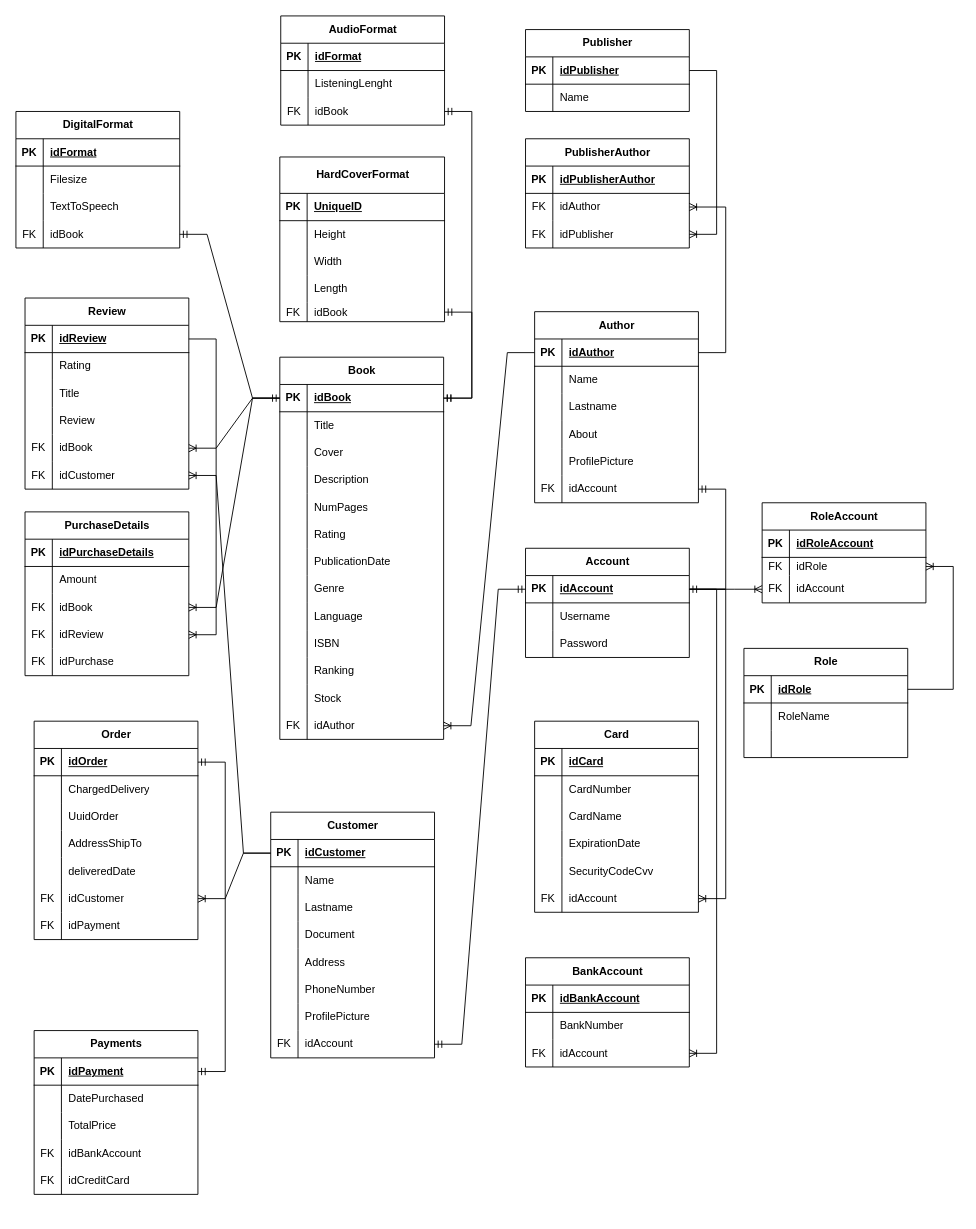
Before: docs/diagrams/bookStoreEntityRelation.drawio in josueBarretogit/goApiBookstore, a draw.io diagram. Source tidied: cells renumbered, new cells numbered last; positions are measured from the earlier drawing's top-left corner, leaving out a move shared by most shapes. Both pictures are drawn from the tidied source at 91%, with x=0, y=0 at pixel (15, 15).
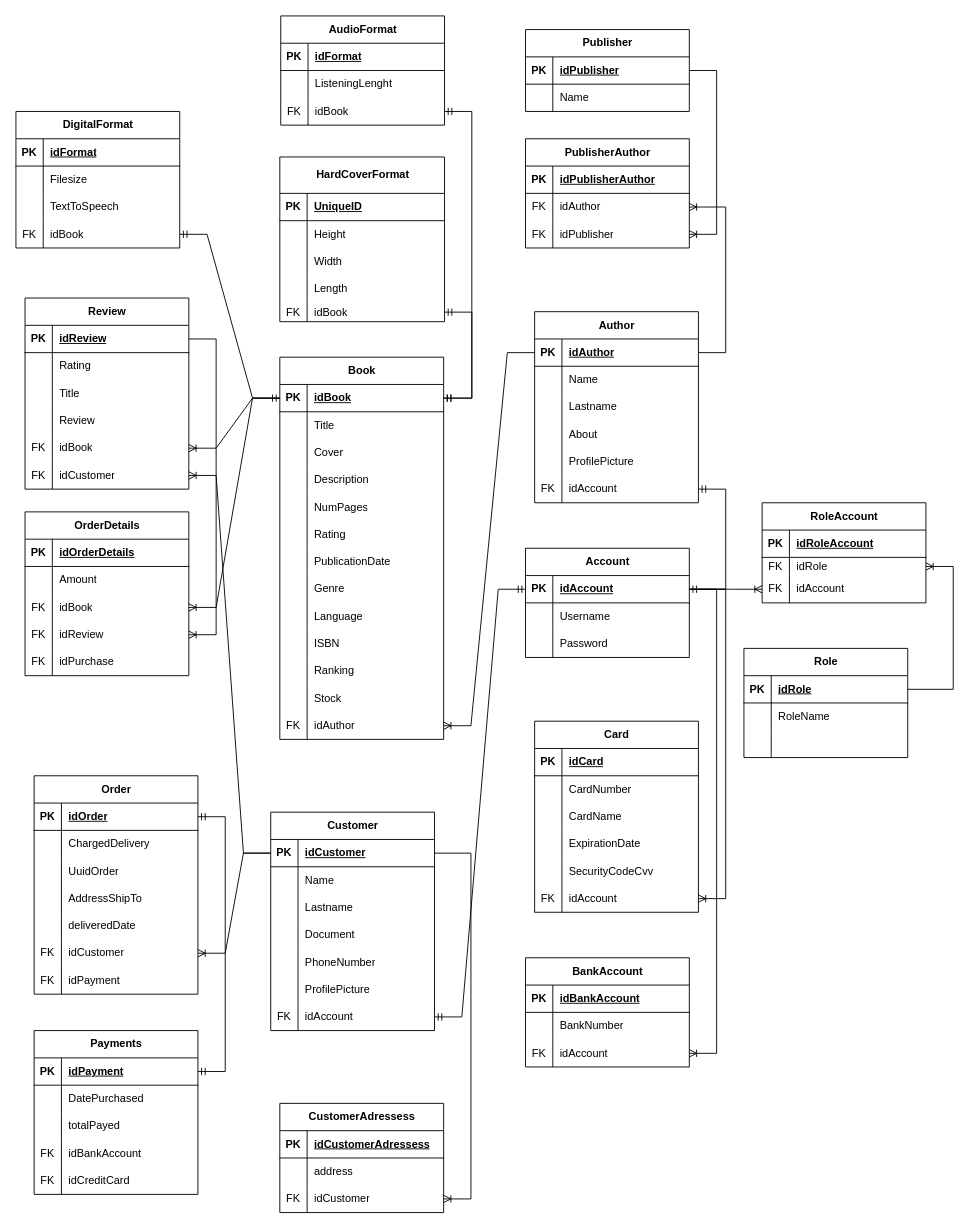
After the change.

Commit message:
added table addressess

The change refers to these unchanged cells:
```xml
<mxCell id="83" style="shape=tableRow;horizontal=0;startSize=0;swimlaneHead=0;swimlaneBody=0;fillColor=none;points=[[0,0.5],[1,0.5]];portConstraint=eastwest;top=0;left=0;right=0;bottom=1;" parent="82" vertex="1">
  <mxGeometry y="30" width="180" height="30" as="geometry" />
</mxCell>
<mxCell id="149" style="shape=tableRow;horizontal=0;startSize=0;swimlaneHead=0;swimlaneBody=0;fillColor=none;top=0;left=0;right=0;bottom=1;" parent="148" vertex="1">
  <mxGeometry y="30" width="180" height="30" as="geometry" />
</mxCell>
<mxCell id="282" style="shape=tableRow;horizontal=0;startSize=0;swimlaneHead=0;swimlaneBody=0;fillColor=none;top=0;left=0;right=0;bottom=0;" parent="275" vertex="1">
  <mxGeometry y="90" width="180" height="30" as="geometry" />
</mxCell>
```

The edit, as a diff of the source:
```diff
@@
     <mxCell id="82" value="Customer" style="shape=table;startSize=30;childLayout=tableLayout;rowLines=0;fontStyle=1;align=center;html=1;" parent="1" vertex="1">
-      <mxGeometry x="280" y="875" width="180" height="270" as="geometry" />
+      <mxGeometry x="280" y="875" width="180" height="240" as="geometry" />
     </mxCell>
@@
-    <mxCell id="95" style="shape=tableRow;horizontal=0;startSize=0;swimlaneHead=0;swimlaneBody=0;fillColor=none;top=0;left=0;right=0;bottom=0;" parent="82" vertex="1">
-      <mxGeometry y="150" width="180" height="30" as="geometry" />
-    </mxCell>
-    <mxCell id="96" style="shape=partialRectangle;fillColor=none;top=0;left=0;bottom=0;right=0;overflow=hidden;whiteSpace=wrap;html=1;" parent="95" vertex="1">
-      <mxGeometry width="30" height="30" as="geometry" />
-    </mxCell>
-    <mxCell id="97" value="Address" style="shape=partialRectangle;fillColor=none;top=0;left=0;bottom=0;right=0;align=left;spacingLeft=6;overflow=hidden;whiteSpace=wrap;html=1;" parent="95" vertex="1">
-      <mxGeometry x="30" width="150" height="30" as="geometry" />
-    </mxCell>
     <mxCell id="98" style="shape=tableRow;horizontal=0;startSize=0;swimlaneHead=0;swimlaneBody=0;fillColor=none;top=0;left=0;right=0;bottom=0;" parent="82" vertex="1">
-      <mxGeometry y="180" width="180" height="30" as="geometry" />
+      <mxGeometry y="150" width="180" height="30" as="geometry" />
     </mxCell>
@@
     <mxCell id="101" style="shape=tableRow;horizontal=0;startSize=0;swimlaneHead=0;swimlaneBody=0;fillColor=none;top=0;left=0;right=0;bottom=0;" parent="82" vertex="1">
-      <mxGeometry y="210" width="180" height="30" as="geometry" />
+      <mxGeometry y="180" width="180" height="30" as="geometry" />
     </mxCell>
@@
     <mxCell id="104" style="shape=tableRow;horizontal=0;startSize=0;swimlaneHead=0;swimlaneBody=0;fillColor=none;points=[[0,0.5],[1,0.5]];portConstraint=eastwest;top=0;left=0;right=0;bottom=0;" parent="82" vertex="1">
-      <mxGeometry y="240" width="180" height="30" as="geometry" />
+      <mxGeometry y="210" width="180" height="30" as="geometry" />
     </mxCell>
@@
     <mxCell id="107" value="Order" style="shape=table;startSize=30;childLayout=tableLayout;rowLines=0;fontStyle=1;align=center;html=1;" parent="1" vertex="1">
-      <mxGeometry x="20" y="775" width="180" height="240" as="geometry" />
+      <mxGeometry x="20" y="835" width="180" height="240" as="geometry" />
     </mxCell>
@@
-    <mxCell id="148" value="PurchaseDetails" style="shape=table;startSize=30;childLayout=tableLayout;rowLines=0;fontStyle=1;align=center;html=1;" parent="1" vertex="1">
+    <mxCell id="148" value="OrderDetails" style="shape=table;startSize=30;childLayout=tableLayout;rowLines=0;fontStyle=1;align=center;html=1;" parent="1" vertex="1">
       <mxGeometry x="10" y="545" width="180" height="180" as="geometry" />
     </mxCell>
@@
-    <mxCell id="151" value="idPurchaseDetails" style="shape=partialRectangle;fillColor=none;top=0;left=0;bottom=0;right=0;align=left;spacingLeft=6;fontStyle=5;overflow=hidden;whiteSpace=wrap;html=1;" parent="149" vertex="1">
+    <mxCell id="151" value="idOrderDetails" style="shape=partialRectangle;fillColor=none;top=0;left=0;bottom=0;right=0;align=left;spacingLeft=6;fontStyle=5;overflow=hidden;whiteSpace=wrap;html=1;" parent="149" vertex="1">
       <mxGeometry x="30" width="150" height="30" as="geometry" />
     </mxCell>
@@
-    <mxCell id="284" value="TotalPrice" style="shape=partialRectangle;fillColor=none;top=0;left=0;bottom=0;right=0;align=left;spacingLeft=6;overflow=hidden;whiteSpace=wrap;html=1;" parent="282" vertex="1">
+    <mxCell id="284" value="totalPayed" style="shape=partialRectangle;fillColor=none;top=0;left=0;bottom=0;right=0;align=left;spacingLeft=6;overflow=hidden;whiteSpace=wrap;html=1;" parent="282" vertex="1">
       <mxGeometry x="30" width="150" height="30" as="geometry" />
     </mxCell>
@@
+    <mxCell id="292" value="CustomerAdressess" style="shape=table;startSize=30;childLayout=tableLayout;rowLines=0;fontStyle=1;align=center;html=1;" parent="1" vertex="1">
+      <mxGeometry x="290" y="1195" width="180" height="120" as="geometry" />
+    </mxCell>
+    <mxCell id="293" style="shape=tableRow;horizontal=0;startSize=0;swimlaneHead=0;swimlaneBody=0;fillColor=none;top=0;left=0;right=0;bottom=1;" parent="292" vertex="1">
+      <mxGeometry y="30" width="180" height="30" as="geometry" />
+    </mxCell>
+    <mxCell id="294" value="PK" style="shape=partialRectangle;fillColor=none;top=0;left=0;bottom=0;right=0;fontStyle=1;overflow=hidden;whiteSpace=wrap;html=1;" parent="293" vertex="1">
+      <mxGeometry width="30" height="30" as="geometry" />
+    </mxCell>
+    <mxCell id="295" value="idCustomerAdressess" style="shape=partialRectangle;fillColor=none;top=0;left=0;bottom=0;right=0;align=left;spacingLeft=6;fontStyle=5;overflow=hidden;whiteSpace=wrap;html=1;" parent="293" vertex="1">
+      <mxGeometry x="30" width="150" height="30" as="geometry" />
+    </mxCell>
+    <mxCell id="296" style="shape=tableRow;horizontal=0;startSize=0;swimlaneHead=0;swimlaneBody=0;fillColor=none;top=0;left=0;right=0;bottom=0;" parent="292" vertex="1">
+      <mxGeometry y="60" width="180" height="30" as="geometry" />
+    </mxCell>
+    <mxCell id="96" style="shape=partialRectangle;fillColor=none;top=0;left=0;bottom=0;right=0;overflow=hidden;whiteSpace=wrap;html=1;" parent="296" vertex="1">
+      <mxGeometry width="30" height="30" as="geometry" />
+    </mxCell>
+    <mxCell id="297" value="address" style="shape=partialRectangle;fillColor=none;top=0;left=0;bottom=0;right=0;align=left;spacingLeft=6;overflow=hidden;whiteSpace=wrap;html=1;" parent="296" vertex="1">
+      <mxGeometry x="30" width="150" height="30" as="geometry" />
+    </mxCell>
+    <mxCell id="298" style="shape=tableRow;horizontal=0;startSize=0;swimlaneHead=0;swimlaneBody=0;fillColor=none;points=[[0,0.5],[1,0.5]];portConstraint=eastwest;top=0;left=0;right=0;bottom=0;" parent="292" vertex="1">
+      <mxGeometry y="90" width="180" height="30" as="geometry" />
+    </mxCell>
+    <mxCell id="299" value="FK" style="shape=partialRectangle;fillColor=none;top=0;left=0;bottom=0;right=0;overflow=hidden;whiteSpace=wrap;html=1;" parent="298" vertex="1">
+      <mxGeometry width="30" height="30" as="geometry" />
+    </mxCell>
+    <mxCell id="300" value="idCustomer" style="shape=partialRectangle;fillColor=none;top=0;left=0;bottom=0;right=0;align=left;spacingLeft=6;overflow=hidden;whiteSpace=wrap;html=1;" parent="298" vertex="1">
+      <mxGeometry x="30" width="150" height="30" as="geometry" />
+    </mxCell>
+    <mxCell id="301" style="edgeStyle=entityRelationEdgeStyle;fontSize=12;html=1;endArrow=ERoneToMany;rounded=0;" parent="1" edge="1" source="83" target="298">
+      <mxGeometry relative="1" as="geometry" />
+    </mxCell>
```
